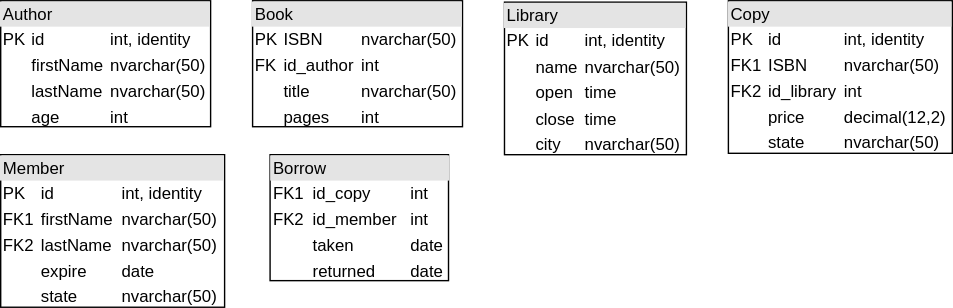
This is library-diagram.svg from mikanaaa/library-database, a draw.io export, as it was before one commit. Source tidied: cells renumbered, new cells last; positions are measured from the earlier drawing's top-left corner, leaving out a move shared by most shapes. Its diagram source:
```xml
<mxGraphModel>
  <root>
    <mxCell id="0" />
    <mxCell id="1" parent="0" />
    <mxCell id="2" value="&lt;div style=&quot;box-sizing: border-box ; width: 100% ; background: #e4e4e4 ; padding: 2px&quot;&gt;Author&lt;/div&gt;&lt;table style=&quot;width: 100% ; font-size: 1em&quot; cellpadding=&quot;2&quot; cellspacing=&quot;0&quot;&gt;&lt;tbody&gt;&lt;tr&gt;&lt;td&gt;PK&lt;/td&gt;&lt;td&gt;id&lt;/td&gt;&lt;td&gt;int, identity&lt;/td&gt;&lt;/tr&gt;&lt;tr&gt;&lt;td&gt;&lt;br&gt;&lt;/td&gt;&lt;td&gt;firstName&lt;/td&gt;&lt;td&gt;nvarchar(50)&lt;/td&gt;&lt;/tr&gt;&lt;tr&gt;&lt;td&gt;&lt;/td&gt;&lt;td&gt;lastName&lt;/td&gt;&lt;td&gt;nvarchar(50)&lt;/td&gt;&lt;/tr&gt;&lt;tr&gt;&lt;td&gt;&lt;br&gt;&lt;/td&gt;&lt;td&gt;age&lt;/td&gt;&lt;td&gt;int&lt;/td&gt;&lt;/tr&gt;&lt;/tbody&gt;&lt;/table&gt;" style="verticalAlign=top;align=left;overflow=fill;html=1;" parent="1" vertex="1">
      <mxGeometry width="150" height="90" as="geometry" />
    </mxCell>
    <mxCell id="3" value="&lt;div style=&quot;box-sizing: border-box ; width: 100% ; background: #e4e4e4 ; padding: 2px&quot;&gt;Book&lt;/div&gt;&lt;table style=&quot;width: 100% ; font-size: 1em&quot; cellpadding=&quot;2&quot; cellspacing=&quot;0&quot;&gt;&lt;tbody&gt;&lt;tr&gt;&lt;td&gt;PK&lt;/td&gt;&lt;td&gt;ISBN&lt;/td&gt;&lt;td&gt;nvarchar(50)&lt;/td&gt;&lt;/tr&gt;&lt;tr&gt;&lt;td&gt;FK&lt;/td&gt;&lt;td&gt;id_author&lt;/td&gt;&lt;td&gt;int&lt;/td&gt;&lt;/tr&gt;&lt;tr&gt;&lt;td&gt;&lt;/td&gt;&lt;td&gt;title&lt;/td&gt;&lt;td&gt;nvarchar(50)&lt;/td&gt;&lt;/tr&gt;&lt;tr&gt;&lt;td&gt;&lt;br&gt;&lt;/td&gt;&lt;td&gt;pages&lt;/td&gt;&lt;td&gt;int&lt;/td&gt;&lt;/tr&gt;&lt;/tbody&gt;&lt;/table&gt;" style="verticalAlign=top;align=left;overflow=fill;html=1;" parent="1" vertex="1">
      <mxGeometry x="180" width="150" height="90" as="geometry" />
    </mxCell>
    <mxCell id="4" value="&lt;div style=&quot;box-sizing: border-box ; width: 100% ; background: #e4e4e4 ; padding: 2px&quot;&gt;Library&lt;/div&gt;&lt;table style=&quot;width: 100% ; font-size: 1em&quot; cellpadding=&quot;2&quot; cellspacing=&quot;0&quot;&gt;&lt;tbody&gt;&lt;tr&gt;&lt;td&gt;PK&lt;/td&gt;&lt;td&gt;id&lt;/td&gt;&lt;td&gt;int, identity&lt;/td&gt;&lt;/tr&gt;&lt;tr&gt;&lt;td&gt;&lt;br&gt;&lt;/td&gt;&lt;td&gt;name&lt;/td&gt;&lt;td&gt;nvarchar(50)&lt;/td&gt;&lt;/tr&gt;&lt;tr&gt;&lt;td&gt;&lt;/td&gt;&lt;td&gt;open&lt;/td&gt;&lt;td&gt;time&lt;/td&gt;&lt;/tr&gt;&lt;tr&gt;&lt;td&gt;&lt;br&gt;&lt;/td&gt;&lt;td&gt;close&lt;/td&gt;&lt;td&gt;time&lt;/td&gt;&lt;/tr&gt;&lt;tr&gt;&lt;td&gt;&lt;br&gt;&lt;/td&gt;&lt;td&gt;city&lt;/td&gt;&lt;td&gt;nvarchar(50)&lt;/td&gt;&lt;/tr&gt;&lt;/tbody&gt;&lt;/table&gt;" style="verticalAlign=top;align=left;overflow=fill;html=1;" parent="1" vertex="1">
      <mxGeometry x="360" y="1" width="130" height="109" as="geometry" />
    </mxCell>
    <mxCell id="5" value="&lt;div style=&quot;box-sizing: border-box ; width: 100% ; background: #e4e4e4 ; padding: 2px&quot;&gt;Copy&lt;/div&gt;&lt;table style=&quot;width: 100% ; font-size: 1em&quot; cellpadding=&quot;2&quot; cellspacing=&quot;0&quot;&gt;&lt;tbody&gt;&lt;tr&gt;&lt;td&gt;PK&lt;/td&gt;&lt;td&gt;id&lt;/td&gt;&lt;td&gt;int, identity&lt;/td&gt;&lt;/tr&gt;&lt;tr&gt;&lt;td&gt;FK1&lt;/td&gt;&lt;td&gt;ISBN&lt;/td&gt;&lt;td&gt;nvarchar(50)&lt;/td&gt;&lt;/tr&gt;&lt;tr&gt;&lt;td&gt;FK2&lt;/td&gt;&lt;td&gt;id_library&lt;/td&gt;&lt;td&gt;int&lt;/td&gt;&lt;/tr&gt;&lt;tr&gt;&lt;td&gt;&lt;br&gt;&lt;/td&gt;&lt;td&gt;price&lt;/td&gt;&lt;td&gt;decimal(12,2)&lt;/td&gt;&lt;/tr&gt;&lt;tr&gt;&lt;td&gt;&lt;br&gt;&lt;/td&gt;&lt;td&gt;state&lt;/td&gt;&lt;td&gt;nvarchar(50)&lt;/td&gt;&lt;/tr&gt;&lt;/tbody&gt;&lt;/table&gt;" style="verticalAlign=top;align=left;overflow=fill;html=1;" parent="1" vertex="1">
      <mxGeometry x="520" width="160" height="109" as="geometry" />
    </mxCell>
    <mxCell id="6" value="&lt;div style=&quot;box-sizing: border-box ; width: 100% ; background: #e4e4e4 ; padding: 2px&quot;&gt;Member&lt;/div&gt;&lt;table style=&quot;width: 100% ; font-size: 1em&quot; cellpadding=&quot;2&quot; cellspacing=&quot;0&quot;&gt;&lt;tbody&gt;&lt;tr&gt;&lt;td&gt;PK&lt;/td&gt;&lt;td&gt;id&lt;/td&gt;&lt;td&gt;int, identity&lt;/td&gt;&lt;/tr&gt;&lt;tr&gt;&lt;td&gt;FK1&lt;/td&gt;&lt;td&gt;firstName&lt;/td&gt;&lt;td&gt;nvarchar(50)&lt;/td&gt;&lt;/tr&gt;&lt;tr&gt;&lt;td&gt;FK2&lt;/td&gt;&lt;td&gt;lastName&lt;/td&gt;&lt;td&gt;nvarchar(50)&lt;/td&gt;&lt;/tr&gt;&lt;tr&gt;&lt;td&gt;&lt;br&gt;&lt;/td&gt;&lt;td&gt;expire&lt;/td&gt;&lt;td&gt;date&lt;/td&gt;&lt;/tr&gt;&lt;tr&gt;&lt;td&gt;&lt;br&gt;&lt;/td&gt;&lt;td&gt;state&lt;/td&gt;&lt;td&gt;nvarchar(50)&lt;/td&gt;&lt;/tr&gt;&lt;/tbody&gt;&lt;/table&gt;" style="verticalAlign=top;align=left;overflow=fill;html=1;" parent="1" vertex="1">
      <mxGeometry y="110" width="160" height="109" as="geometry" />
    </mxCell>
    <mxCell id="7" value="&lt;div style=&quot;box-sizing: border-box ; width: 100% ; background: #e4e4e4 ; padding: 2px&quot;&gt;Borrow&lt;/div&gt;&lt;table style=&quot;width: 100% ; font-size: 1em&quot; cellpadding=&quot;2&quot; cellspacing=&quot;0&quot;&gt;&lt;tbody&gt;&lt;tr&gt;&lt;td&gt;FK1&lt;/td&gt;&lt;td&gt;id_copy&lt;/td&gt;&lt;td&gt;int&lt;/td&gt;&lt;/tr&gt;&lt;tr&gt;&lt;td&gt;FK2&lt;/td&gt;&lt;td&gt;id_member&lt;/td&gt;&lt;td&gt;int&lt;/td&gt;&lt;/tr&gt;&lt;tr&gt;&lt;td&gt;&lt;/td&gt;&lt;td&gt;taken&lt;/td&gt;&lt;td&gt;date&lt;/td&gt;&lt;/tr&gt;&lt;tr&gt;&lt;td&gt;&lt;br&gt;&lt;/td&gt;&lt;td&gt;returned&lt;/td&gt;&lt;td&gt;date&lt;/td&gt;&lt;/tr&gt;&lt;/tbody&gt;&lt;/table&gt;" style="verticalAlign=top;align=left;overflow=fill;html=1;" parent="1" vertex="1">
      <mxGeometry x="192.5" y="110" width="127.5" height="90" as="geometry" />
    </mxCell>
  </root>
</mxGraphModel>
```
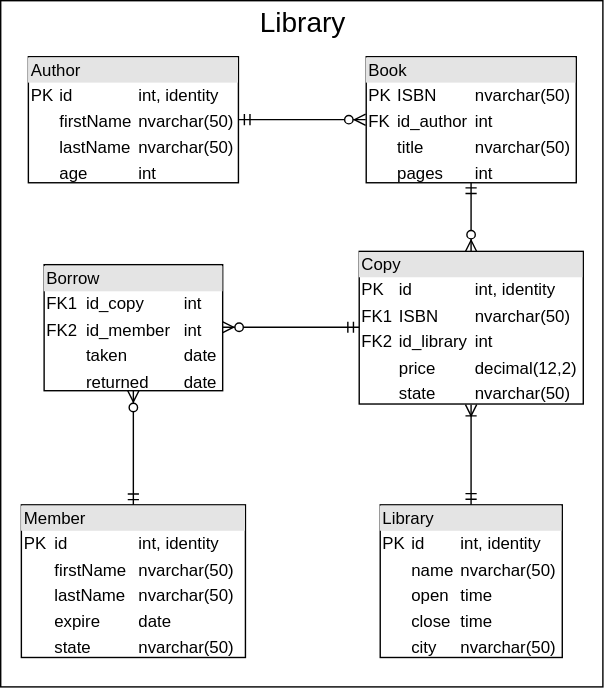
After the commit.

Commit message:
Diagram entity relationships

Diff of the diagram source:
```diff
@@ -2,23 +2,44 @@
   <root>
     <mxCell id="0" />
     <mxCell id="1" parent="0" />
+    <mxCell id="8" style="rounded=0;whiteSpace=wrap;html=1;fillColor=#ffffff;fontSize=30;" parent="1" vertex="1">
+      <mxGeometry x="-41" y="-40" width="430" height="490" as="geometry" />
+    </mxCell>
+    <mxCell id="9" style="edgeStyle=orthogonalEdgeStyle;rounded=0;jettySize=auto;html=1;exitX=1;exitY=0.5;exitDx=0;exitDy=0;entryX=0;entryY=0.5;entryDx=0;entryDy=0;fontSize=30;startArrow=ERmandOne;startFill=0;endArrow=ERzeroToMany;endFill=1;" parent="1" edge="1" source="2" target="3">
+      <mxGeometry relative="1" as="geometry" />
+    </mxCell>
     <mxCell id="2" value="&lt;div style=&quot;box-sizing: border-box ; width: 100% ; background: #e4e4e4 ; padding: 2px&quot;&gt;Author&lt;/div&gt;&lt;table style=&quot;width: 100% ; font-size: 1em&quot; cellpadding=&quot;2&quot; cellspacing=&quot;0&quot;&gt;&lt;tbody&gt;&lt;tr&gt;&lt;td&gt;PK&lt;/td&gt;&lt;td&gt;id&lt;/td&gt;&lt;td&gt;int, identity&lt;/td&gt;&lt;/tr&gt;&lt;tr&gt;&lt;td&gt;&lt;br&gt;&lt;/td&gt;&lt;td&gt;firstName&lt;/td&gt;&lt;td&gt;nvarchar(50)&lt;/td&gt;&lt;/tr&gt;&lt;tr&gt;&lt;td&gt;&lt;/td&gt;&lt;td&gt;lastName&lt;/td&gt;&lt;td&gt;nvarchar(50)&lt;/td&gt;&lt;/tr&gt;&lt;tr&gt;&lt;td&gt;&lt;br&gt;&lt;/td&gt;&lt;td&gt;age&lt;/td&gt;&lt;td&gt;int&lt;/td&gt;&lt;/tr&gt;&lt;/tbody&gt;&lt;/table&gt;" style="verticalAlign=top;align=left;overflow=fill;html=1;" parent="1" vertex="1">
-      <mxGeometry width="150" height="90" as="geometry" />
+      <mxGeometry x="-21.2" width="150" height="90" as="geometry" />
     </mxCell>
+    <mxCell id="10" style="edgeStyle=orthogonalEdgeStyle;rounded=0;jettySize=auto;html=1;exitX=0.5;exitY=1;exitDx=0;exitDy=0;entryX=0.5;entryY=0;entryDx=0;entryDy=0;startArrow=ERmandOne;startFill=0;endArrow=ERzeroToMany;endFill=1;fontSize=30;" parent="1" edge="1" source="3" target="5">
+      <mxGeometry relative="1" as="geometry" />
+    </mxCell>
     <mxCell id="3" value="&lt;div style=&quot;box-sizing: border-box ; width: 100% ; background: #e4e4e4 ; padding: 2px&quot;&gt;Book&lt;/div&gt;&lt;table style=&quot;width: 100% ; font-size: 1em&quot; cellpadding=&quot;2&quot; cellspacing=&quot;0&quot;&gt;&lt;tbody&gt;&lt;tr&gt;&lt;td&gt;PK&lt;/td&gt;&lt;td&gt;ISBN&lt;/td&gt;&lt;td&gt;nvarchar(50)&lt;/td&gt;&lt;/tr&gt;&lt;tr&gt;&lt;td&gt;FK&lt;/td&gt;&lt;td&gt;id_author&lt;/td&gt;&lt;td&gt;int&lt;/td&gt;&lt;/tr&gt;&lt;tr&gt;&lt;td&gt;&lt;/td&gt;&lt;td&gt;title&lt;/td&gt;&lt;td&gt;nvarchar(50)&lt;/td&gt;&lt;/tr&gt;&lt;tr&gt;&lt;td&gt;&lt;br&gt;&lt;/td&gt;&lt;td&gt;pages&lt;/td&gt;&lt;td&gt;int&lt;/td&gt;&lt;/tr&gt;&lt;/tbody&gt;&lt;/table&gt;" style="verticalAlign=top;align=left;overflow=fill;html=1;" parent="1" vertex="1">
-      <mxGeometry x="180" width="150" height="90" as="geometry" />
+      <mxGeometry x="220" width="150" height="90" as="geometry" />
     </mxCell>
     <mxCell id="4" value="&lt;div style=&quot;box-sizing: border-box ; width: 100% ; background: #e4e4e4 ; padding: 2px&quot;&gt;Library&lt;/div&gt;&lt;table style=&quot;width: 100% ; font-size: 1em&quot; cellpadding=&quot;2&quot; cellspacing=&quot;0&quot;&gt;&lt;tbody&gt;&lt;tr&gt;&lt;td&gt;PK&lt;/td&gt;&lt;td&gt;id&lt;/td&gt;&lt;td&gt;int, identity&lt;/td&gt;&lt;/tr&gt;&lt;tr&gt;&lt;td&gt;&lt;br&gt;&lt;/td&gt;&lt;td&gt;name&lt;/td&gt;&lt;td&gt;nvarchar(50)&lt;/td&gt;&lt;/tr&gt;&lt;tr&gt;&lt;td&gt;&lt;/td&gt;&lt;td&gt;open&lt;/td&gt;&lt;td&gt;time&lt;/td&gt;&lt;/tr&gt;&lt;tr&gt;&lt;td&gt;&lt;br&gt;&lt;/td&gt;&lt;td&gt;close&lt;/td&gt;&lt;td&gt;time&lt;/td&gt;&lt;/tr&gt;&lt;tr&gt;&lt;td&gt;&lt;br&gt;&lt;/td&gt;&lt;td&gt;city&lt;/td&gt;&lt;td&gt;nvarchar(50)&lt;/td&gt;&lt;/tr&gt;&lt;/tbody&gt;&lt;/table&gt;" style="verticalAlign=top;align=left;overflow=fill;html=1;" parent="1" vertex="1">
-      <mxGeometry x="360" y="1" width="130" height="109" as="geometry" />
+      <mxGeometry x="230" y="320" width="130" height="109" as="geometry" />
     </mxCell>
+    <mxCell id="11" style="edgeStyle=orthogonalEdgeStyle;rounded=0;jettySize=auto;html=1;exitX=0.5;exitY=1;exitDx=0;exitDy=0;startArrow=ERoneToMany;startFill=0;endArrow=ERmandOne;endFill=0;fontSize=30;" parent="1" edge="1" source="5" target="4">
+      <mxGeometry relative="1" as="geometry" />
+    </mxCell>
+    <mxCell id="12" style="edgeStyle=orthogonalEdgeStyle;rounded=0;jettySize=auto;html=1;exitX=0;exitY=0.5;exitDx=0;exitDy=0;entryX=1;entryY=0.5;entryDx=0;entryDy=0;startArrow=ERmandOne;startFill=0;endArrow=ERzeroToMany;endFill=1;fontSize=30;" parent="1" edge="1" source="5" target="7">
+      <mxGeometry relative="1" as="geometry" />
+    </mxCell>
     <mxCell id="5" value="&lt;div style=&quot;box-sizing: border-box ; width: 100% ; background: #e4e4e4 ; padding: 2px&quot;&gt;Copy&lt;/div&gt;&lt;table style=&quot;width: 100% ; font-size: 1em&quot; cellpadding=&quot;2&quot; cellspacing=&quot;0&quot;&gt;&lt;tbody&gt;&lt;tr&gt;&lt;td&gt;PK&lt;/td&gt;&lt;td&gt;id&lt;/td&gt;&lt;td&gt;int, identity&lt;/td&gt;&lt;/tr&gt;&lt;tr&gt;&lt;td&gt;FK1&lt;/td&gt;&lt;td&gt;ISBN&lt;/td&gt;&lt;td&gt;nvarchar(50)&lt;/td&gt;&lt;/tr&gt;&lt;tr&gt;&lt;td&gt;FK2&lt;/td&gt;&lt;td&gt;id_library&lt;/td&gt;&lt;td&gt;int&lt;/td&gt;&lt;/tr&gt;&lt;tr&gt;&lt;td&gt;&lt;br&gt;&lt;/td&gt;&lt;td&gt;price&lt;/td&gt;&lt;td&gt;decimal(12,2)&lt;/td&gt;&lt;/tr&gt;&lt;tr&gt;&lt;td&gt;&lt;br&gt;&lt;/td&gt;&lt;td&gt;state&lt;/td&gt;&lt;td&gt;nvarchar(50)&lt;/td&gt;&lt;/tr&gt;&lt;/tbody&gt;&lt;/table&gt;" style="verticalAlign=top;align=left;overflow=fill;html=1;" parent="1" vertex="1">
-      <mxGeometry x="520" width="160" height="109" as="geometry" />
+      <mxGeometry x="215" y="139" width="160" height="109" as="geometry" />
     </mxCell>
+    <mxCell id="13" style="edgeStyle=orthogonalEdgeStyle;rounded=0;jettySize=auto;html=1;exitX=0.5;exitY=0;exitDx=0;exitDy=0;startArrow=ERmandOne;startFill=0;endArrow=ERzeroToMany;endFill=1;fontSize=30;" parent="1" edge="1" source="6" target="7">
+      <mxGeometry relative="1" as="geometry" />
+    </mxCell>
-    <mxCell id="6" value="&lt;div style=&quot;box-sizing: border-box ; width: 100% ; background: #e4e4e4 ; padding: 2px&quot;&gt;Member&lt;/div&gt;&lt;table style=&quot;width: 100% ; font-size: 1em&quot; cellpadding=&quot;2&quot; cellspacing=&quot;0&quot;&gt;&lt;tbody&gt;&lt;tr&gt;&lt;td&gt;PK&lt;/td&gt;&lt;td&gt;id&lt;/td&gt;&lt;td&gt;int, identity&lt;/td&gt;&lt;/tr&gt;&lt;tr&gt;&lt;td&gt;FK1&lt;/td&gt;&lt;td&gt;firstName&lt;/td&gt;&lt;td&gt;nvarchar(50)&lt;/td&gt;&lt;/tr&gt;&lt;tr&gt;&lt;td&gt;FK2&lt;/td&gt;&lt;td&gt;lastName&lt;/td&gt;&lt;td&gt;nvarchar(50)&lt;/td&gt;&lt;/tr&gt;&lt;tr&gt;&lt;td&gt;&lt;br&gt;&lt;/td&gt;&lt;td&gt;expire&lt;/td&gt;&lt;td&gt;date&lt;/td&gt;&lt;/tr&gt;&lt;tr&gt;&lt;td&gt;&lt;br&gt;&lt;/td&gt;&lt;td&gt;state&lt;/td&gt;&lt;td&gt;nvarchar(50)&lt;/td&gt;&lt;/tr&gt;&lt;/tbody&gt;&lt;/table&gt;" style="verticalAlign=top;align=left;overflow=fill;html=1;" parent="1" vertex="1">
-      <mxGeometry y="110" width="160" height="109" as="geometry" />
+    <mxCell id="6" value="&lt;div style=&quot;box-sizing: border-box ; width: 100% ; background: #e4e4e4 ; padding: 2px&quot;&gt;Member&lt;/div&gt;&lt;table style=&quot;width: 100% ; font-size: 1em&quot; cellpadding=&quot;2&quot; cellspacing=&quot;0&quot;&gt;&lt;tbody&gt;&lt;tr&gt;&lt;td&gt;PK&lt;/td&gt;&lt;td&gt;id&lt;/td&gt;&lt;td&gt;int, identity&lt;/td&gt;&lt;/tr&gt;&lt;tr&gt;&lt;td&gt;&lt;br&gt;&lt;/td&gt;&lt;td&gt;firstName&lt;/td&gt;&lt;td&gt;nvarchar(50)&lt;/td&gt;&lt;/tr&gt;&lt;tr&gt;&lt;td&gt;&lt;br&gt;&lt;/td&gt;&lt;td&gt;lastName&lt;/td&gt;&lt;td&gt;nvarchar(50)&lt;/td&gt;&lt;/tr&gt;&lt;tr&gt;&lt;td&gt;&lt;br&gt;&lt;/td&gt;&lt;td&gt;expire&lt;/td&gt;&lt;td&gt;date&lt;/td&gt;&lt;/tr&gt;&lt;tr&gt;&lt;td&gt;&lt;br&gt;&lt;/td&gt;&lt;td&gt;state&lt;/td&gt;&lt;td&gt;nvarchar(50)&lt;/td&gt;&lt;/tr&gt;&lt;/tbody&gt;&lt;/table&gt;" style="verticalAlign=top;align=left;overflow=fill;html=1;" parent="1" vertex="1">
+      <mxGeometry x="-26.2" y="320" width="160" height="109" as="geometry" />
     </mxCell>
     <mxCell id="7" value="&lt;div style=&quot;box-sizing: border-box ; width: 100% ; background: #e4e4e4 ; padding: 2px&quot;&gt;Borrow&lt;/div&gt;&lt;table style=&quot;width: 100% ; font-size: 1em&quot; cellpadding=&quot;2&quot; cellspacing=&quot;0&quot;&gt;&lt;tbody&gt;&lt;tr&gt;&lt;td&gt;FK1&lt;/td&gt;&lt;td&gt;id_copy&lt;/td&gt;&lt;td&gt;int&lt;/td&gt;&lt;/tr&gt;&lt;tr&gt;&lt;td&gt;FK2&lt;/td&gt;&lt;td&gt;id_member&lt;/td&gt;&lt;td&gt;int&lt;/td&gt;&lt;/tr&gt;&lt;tr&gt;&lt;td&gt;&lt;/td&gt;&lt;td&gt;taken&lt;/td&gt;&lt;td&gt;date&lt;/td&gt;&lt;/tr&gt;&lt;tr&gt;&lt;td&gt;&lt;br&gt;&lt;/td&gt;&lt;td&gt;returned&lt;/td&gt;&lt;td&gt;date&lt;/td&gt;&lt;/tr&gt;&lt;/tbody&gt;&lt;/table&gt;" style="verticalAlign=top;align=left;overflow=fill;html=1;" parent="1" vertex="1">
-      <mxGeometry x="192.5" y="110" width="127.5" height="90" as="geometry" />
+      <mxGeometry x="-10" y="148.5" width="127.5" height="90" as="geometry" />
     </mxCell>
+    <mxCell id="14" value="Library" style="text;html=1;strokeColor=none;fillColor=none;align=center;verticalAlign=middle;whiteSpace=wrap;rounded=0;fontSize=20;" parent="1" vertex="1">
+      <mxGeometry x="-40.4" y="-40" width="430.4" height="30" as="geometry" />
+    </mxCell>
   </root>
 </mxGraphModel>
```
